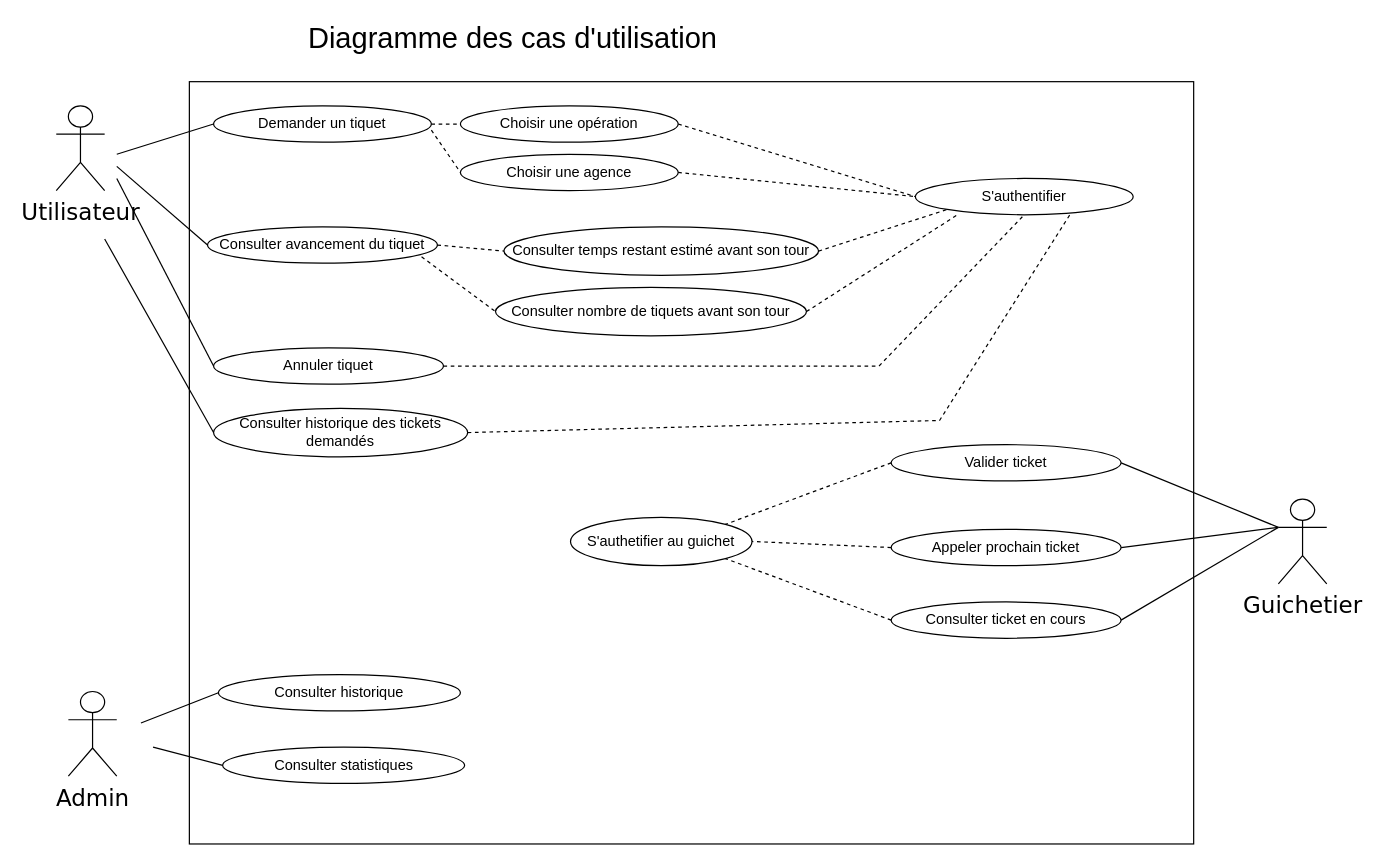
Before: page "UseCase" (1 of 7) of diagrams/Diagramme.drawio in rryyyymmmmmmmm/e-tickets_takaoudi, a draw.io diagram. Source tidied: cells renumbered, new cells numbered last; positions are measured from the earlier drawing's top-left corner, leaving out a move shared by most shapes. Both pictures are drawn from the tidied source at 121%, with x=0, y=0 at pixel (56, 21).
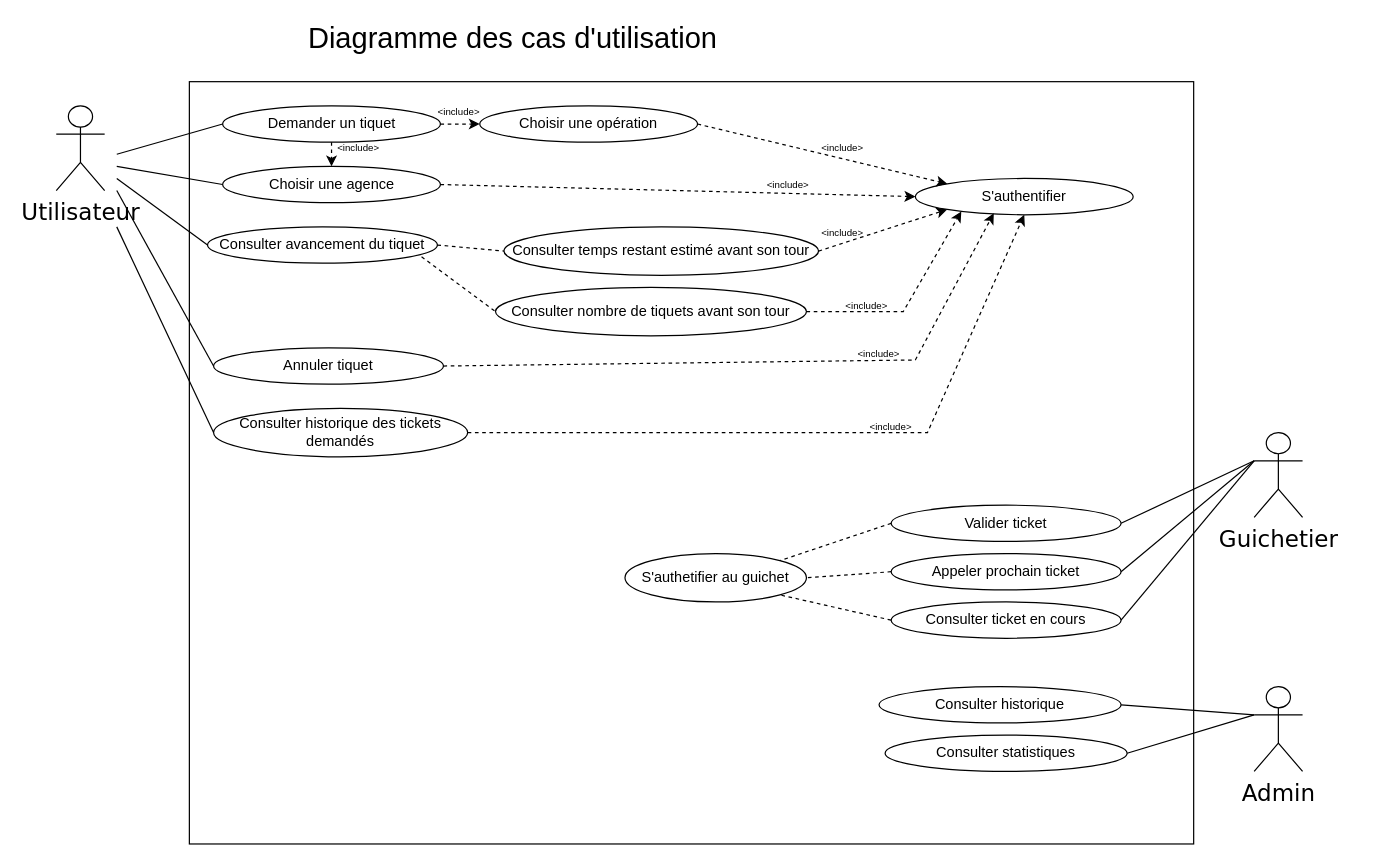
Above is the later version.

Unchanged cells that the change refers to:
```xml
<mxCell id="11" value="Consulter avancement du tiquet" style="ellipse;whiteSpace=wrap;html=1;" parent="1" vertex="1">
  <mxGeometry x="125" y="170" width="190" height="30" as="geometry" />
</mxCell>
<mxCell id="12" value="Consulter temps restant estimé avant son tour" style="ellipse;whiteSpace=wrap;html=1;" parent="1" vertex="1">
  <mxGeometry x="370" y="170" width="260" height="40" as="geometry" />
</mxCell>
<mxCell id="13" value="Consulter nombre de tiquets avant son tour" style="ellipse;whiteSpace=wrap;html=1;" parent="1" vertex="1">
  <mxGeometry x="363" y="220" width="257" height="40" as="geometry" />
</mxCell>
<mxCell id="17" value="Annuler tiquet" style="ellipse;whiteSpace=wrap;html=1;" parent="1" vertex="1">
  <mxGeometry x="130" y="270" width="190" height="30" as="geometry" />
</mxCell>
<mxCell id="30" value="S'authentifier" style="ellipse;whiteSpace=wrap;html=1;" parent="1" vertex="1">
  <mxGeometry x="710" y="130" width="180" height="30" as="geometry" />
</mxCell>
<mxCell id="35" value="Consulter historique des tickets demandés" style="ellipse;whiteSpace=wrap;html=1;" parent="1" vertex="1">
  <mxGeometry x="130" y="320" width="210" height="40" as="geometry" />
</mxCell>
```

What changed in the source:
```diff
@@
     <mxCell id="4" value="Guichetier" style="shape=umlActor;verticalLabelPosition=bottom;verticalAlign=top;html=1;outlineConnect=0;fontFamily=Verdana;fontSize=19;" parent="1" vertex="1">
-      <mxGeometry x="1010" y="395" width="40" height="70" as="geometry" />
+      <mxGeometry x="990" y="340" width="40" height="70" as="geometry" />
     </mxCell>
     <mxCell id="5" value="Demander un tiquet" style="ellipse;whiteSpace=wrap;html=1;" parent="1" vertex="1">
-      <mxGeometry x="130" y="70" width="180" height="30" as="geometry" />
+      <mxGeometry x="137.5" y="70" width="180" height="30" as="geometry" />
     </mxCell>
     <mxCell id="6" value="Choisir une opération" style="ellipse;whiteSpace=wrap;html=1;" parent="1" vertex="1">
-      <mxGeometry x="334" y="70" width="180" height="30" as="geometry" />
+      <mxGeometry x="350" y="70" width="180" height="30" as="geometry" />
     </mxCell>
     <mxCell id="7" value="Choisir une agence" style="ellipse;whiteSpace=wrap;html=1;" parent="1" vertex="1">
-      <mxGeometry x="334" y="110" width="180" height="30" as="geometry" />
+      <mxGeometry x="137.5" y="120" width="180" height="30" as="geometry" />
     </mxCell>
-    <mxCell id="8" style="endArrow=none;dashed=1;html=1;rounded=0;exitX=1;exitY=0.5;exitDx=0;exitDy=0;entryX=0;entryY=0.5;entryDx=0;entryDy=0;" parent="1" edge="1" source="5" target="6">
+    <mxCell id="8" style="endArrow=classic;dashed=1;html=1;rounded=0;exitX=1;exitY=0.5;exitDx=0;exitDy=0;entryX=0;entryY=0.5;entryDx=0;entryDy=0;endFill=1;" parent="1" edge="1" source="5" target="6">
       <mxGeometry relative="1" as="geometry" />
     </mxCell>
-    <mxCell id="9" style="endArrow=none;dashed=1;html=1;rounded=0;entryX=0;entryY=0.5;entryDx=0;entryDy=0;" parent="1" edge="1" target="7">
+    <mxCell id="9" style="endArrow=none;html=1;rounded=0;entryX=0;entryY=0.5;entryDx=0;entryDy=0;" parent="1" edge="1" target="7">
       <mxGeometry relative="1" as="geometry">
-        <mxPoint x="310" y="90" as="sourcePoint" />
+        <mxPoint x="50" y="120" as="sourcePoint" />
       </mxGeometry>
     </mxCell>
@@
     <mxCell id="16" style="endArrow=none;html=1;rounded=0;entryX=0;entryY=0.5;entryDx=0;entryDy=0;" parent="1" edge="1" target="11">
       <mxGeometry relative="1" as="geometry">
-        <mxPoint x="50" y="120" as="sourcePoint" />
+        <mxPoint x="50" y="130" as="sourcePoint" />
       </mxGeometry>
     </mxCell>
@@
     <mxCell id="18" style="endArrow=none;html=1;rounded=0;exitX=0;exitY=0.5;exitDx=0;exitDy=0;" parent="1" edge="1" source="17">
       <mxGeometry relative="1" as="geometry">
-        <mxPoint x="50" y="130" as="targetPoint" />
+        <mxPoint x="50" y="140" as="targetPoint" />
       </mxGeometry>
     </mxCell>
     <mxCell id="19" value="Valider ticket" style="ellipse;whiteSpace=wrap;html=1;" parent="1" vertex="1">
-      <mxGeometry x="690" y="350" width="190" height="30" as="geometry" />
+      <mxGeometry x="690" y="400" width="190" height="30" as="geometry" />
     </mxCell>
@@
     <mxCell id="22" value="Admin" style="shape=umlActor;verticalLabelPosition=bottom;verticalAlign=top;html=1;outlineConnect=0;fontFamily=Verdana;fontSize=19;" parent="1" vertex="1">
-      <mxGeometry x="10" y="554" width="40" height="70" as="geometry" />
+      <mxGeometry x="990" y="550" width="40" height="70" as="geometry" />
     </mxCell>
     <mxCell id="23" value="Consulter historique" style="ellipse;whiteSpace=wrap;html=1;" parent="1" vertex="1">
-      <mxGeometry x="134" y="540" width="200" height="30" as="geometry" />
+      <mxGeometry x="680" y="550" width="200" height="30" as="geometry" />
     </mxCell>
     <mxCell id="24" value="Consulter statistiques" style="ellipse;whiteSpace=wrap;html=1;" parent="1" vertex="1">
-      <mxGeometry x="137.5" y="600" width="200" height="30" as="geometry" />
+      <mxGeometry x="685" y="590" width="200" height="30" as="geometry" />
     </mxCell>
-    <mxCell id="25" style="endArrow=none;html=1;rounded=0;entryX=0;entryY=0.5;entryDx=0;entryDy=0;" parent="1" edge="1" target="23">
-      <mxGeometry relative="1" as="geometry">
-        <mxPoint x="70" y="580" as="sourcePoint" />
-      </mxGeometry>
+    <mxCell id="25" style="endArrow=none;html=1;rounded=0;entryX=1;entryY=0.5;entryDx=0;entryDy=0;exitX=0;exitY=0.3333333333333333;exitDx=0;exitDy=0;exitPerimeter=0;" parent="1" edge="1" source="22" target="23">
+      <mxGeometry relative="1" as="geometry" />
     </mxCell>
-    <mxCell id="26" style="endArrow=none;html=1;rounded=0;entryX=0;entryY=0.5;entryDx=0;entryDy=0;" parent="1" edge="1" target="24">
-      <mxGeometry relative="1" as="geometry">
-        <mxPoint x="80" y="600" as="sourcePoint" />
-      </mxGeometry>
+    <mxCell id="26" style="endArrow=none;html=1;rounded=0;entryX=1;entryY=0.5;entryDx=0;entryDy=0;exitX=0;exitY=0.3333333333333333;exitDx=0;exitDy=0;exitPerimeter=0;" parent="1" edge="1" source="22" target="24">
+      <mxGeometry relative="1" as="geometry" />
     </mxCell>
@@
-    <mxCell id="31" style="endArrow=none;dashed=1;html=1;rounded=0;entryX=0;entryY=0.5;entryDx=0;entryDy=0;exitX=1;exitY=0.5;exitDx=0;exitDy=0;" parent="1" edge="1" source="6" target="30">
+    <mxCell id="31" style="endArrow=classic;dashed=1;html=1;rounded=0;entryX=0;entryY=0;entryDx=0;entryDy=0;exitX=1;exitY=0.5;exitDx=0;exitDy=0;startArrow=none;startFill=0;endFill=1;" parent="1" edge="1" source="6" target="30">
       <mxGeometry relative="1" as="geometry" />
     </mxCell>
-    <mxCell id="32" style="endArrow=none;dashed=1;html=1;rounded=0;entryX=0;entryY=0.5;entryDx=0;entryDy=0;exitX=1;exitY=0.5;exitDx=0;exitDy=0;" parent="1" edge="1" source="7" target="30">
-      <mxGeometry relative="1" as="geometry" />
-    </mxCell>
-    <mxCell id="33" style="endArrow=none;dashed=1;html=1;rounded=0;exitX=1;exitY=0.5;exitDx=0;exitDy=0;entryX=0;entryY=1;entryDx=0;entryDy=0;" parent="1" edge="1" source="12" target="30">
-      <mxGeometry relative="1" as="geometry" />
-    </mxCell>
-    <mxCell id="34" style="endArrow=none;dashed=1;html=1;rounded=0;exitX=1;exitY=0.5;exitDx=0;exitDy=0;entryX=0.19;entryY=1.014;entryDx=0;entryDy=0;entryPerimeter=0;" parent="1" edge="1" source="13" target="30">
-      <mxGeometry relative="1" as="geometry" />
-    </mxCell>
@@
-    <mxCell id="36" style="endArrow=none;dashed=1;html=1;rounded=0;exitX=1;exitY=0.5;exitDx=0;exitDy=0;entryX=0.5;entryY=1;entryDx=0;entryDy=0;" parent="1" edge="1" source="17" target="30">
-      <mxGeometry relative="1" as="geometry">
-        <Array as="points">
-          <mxPoint x="680" y="285" />
-        </Array>
-      </mxGeometry>
-    </mxCell>
-    <mxCell id="37" style="endArrow=none;dashed=1;html=1;rounded=0;exitX=1;exitY=0.5;exitDx=0;exitDy=0;entryX=0.713;entryY=0.965;entryDx=0;entryDy=0;entryPerimeter=0;" parent="1" edge="1" source="35" target="30">
-      <mxGeometry relative="1" as="geometry">
-        <Array as="points">
-          <mxPoint x="730" y="330" />
-        </Array>
-      </mxGeometry>
-    </mxCell>
     <mxCell id="38" value="Appeler prochain ticket" style="ellipse;whiteSpace=wrap;html=1;" parent="1" vertex="1">
-      <mxGeometry x="690" y="420" width="190" height="30" as="geometry" />
+      <mxGeometry x="690" y="440" width="190" height="30" as="geometry" />
     </mxCell>
@@
     <mxCell id="40" style="endArrow=none;html=1;rounded=0;exitX=0;exitY=0.5;exitDx=0;exitDy=0;" parent="1" edge="1" source="35">
       <mxGeometry relative="1" as="geometry">
-        <mxPoint x="40" y="180" as="targetPoint" />
+        <mxPoint x="50" y="170" as="targetPoint" />
       </mxGeometry>
     </mxCell>
@@
     <mxCell id="42" value="S'authetifier au guichet" style="ellipse;whiteSpace=wrap;html=1;" parent="1" vertex="1">
-      <mxGeometry x="425" y="410" width="150" height="40" as="geometry" />
+      <mxGeometry x="470" y="440" width="150" height="40" as="geometry" />
     </mxCell>
@@
+    <mxCell id="32" style="endArrow=classic;dashed=1;html=1;rounded=0;exitX=1;exitY=0.5;exitDx=0;exitDy=0;startArrow=none;startFill=0;endFill=1;entryX=0;entryY=0.5;entryDx=0;entryDy=0;" parent="1" edge="1" source="7" target="30">
+      <mxGeometry relative="1" as="geometry" />
+    </mxCell>
+    <mxCell id="33" style="endArrow=classic;dashed=1;html=1;rounded=0;entryX=0;entryY=1;entryDx=0;entryDy=0;exitX=1;exitY=0.5;exitDx=0;exitDy=0;startArrow=none;startFill=0;endFill=1;" parent="1" edge="1" source="12" target="30">
+      <mxGeometry relative="1" as="geometry" />
+    </mxCell>
+    <mxCell id="34" style="endArrow=classic;dashed=1;html=1;rounded=0;exitX=1;exitY=0.5;exitDx=0;exitDy=0;startArrow=none;startFill=0;endFill=1;entryX=0.211;entryY=0.907;entryDx=0;entryDy=0;entryPerimeter=0;" parent="1" edge="1" source="13" target="30">
+      <mxGeometry relative="1" as="geometry">
+        <Array as="points">
+          <mxPoint x="700" y="240" />
+        </Array>
+      </mxGeometry>
+    </mxCell>
+    <mxCell id="36" style="endArrow=classic;dashed=1;html=1;rounded=0;exitX=1;exitY=0.5;exitDx=0;exitDy=0;startArrow=none;startFill=0;endFill=1;entryX=0.36;entryY=0.959;entryDx=0;entryDy=0;entryPerimeter=0;" parent="1" edge="1" source="17" target="30">
+      <mxGeometry relative="1" as="geometry">
+        <Array as="points">
+          <mxPoint x="710" y="280" />
+        </Array>
+      </mxGeometry>
+    </mxCell>
+    <mxCell id="37" style="endArrow=classic;dashed=1;html=1;rounded=0;entryX=0.5;entryY=1;entryDx=0;entryDy=0;exitX=1;exitY=0.5;exitDx=0;exitDy=0;startArrow=none;startFill=0;endFill=1;" parent="1" edge="1" source="35" target="30">
+      <mxGeometry relative="1" as="geometry">
+        <Array as="points">
+          <mxPoint x="720" y="340" />
+        </Array>
+      </mxGeometry>
+    </mxCell>
+    <mxCell id="45" value="&amp;lt;include&amp;gt;" style="text;html=1;whiteSpace=wrap;strokeColor=none;fillColor=none;align=center;verticalAlign=middle;rounded=0;fontSize=8;" parent="1" vertex="1">
+      <mxGeometry x="620" y="90" width="60" height="30" as="geometry" />
+    </mxCell>
+    <mxCell id="46" value="&amp;lt;include&amp;gt;" style="text;html=1;whiteSpace=wrap;strokeColor=none;fillColor=none;align=center;verticalAlign=middle;rounded=0;fontSize=8;" parent="1" vertex="1">
+      <mxGeometry x="575" y="120" width="60" height="30" as="geometry" />
+    </mxCell>
+    <mxCell id="47" value="&amp;lt;include&amp;gt;" style="text;html=1;whiteSpace=wrap;strokeColor=none;fillColor=none;align=center;verticalAlign=middle;rounded=0;fontSize=8;" parent="1" vertex="1">
+      <mxGeometry x="620" y="160" width="60" height="30" as="geometry" />
+    </mxCell>
+    <mxCell id="48" value="&amp;lt;include&amp;gt;" style="text;html=1;whiteSpace=wrap;strokeColor=none;fillColor=none;align=center;verticalAlign=middle;rounded=0;fontSize=8;" parent="1" vertex="1">
+      <mxGeometry x="640" y="220" width="60" height="30" as="geometry" />
+    </mxCell>
+    <mxCell id="49" value="&amp;lt;include&amp;gt;" style="text;html=1;whiteSpace=wrap;strokeColor=none;fillColor=none;align=center;verticalAlign=middle;rounded=0;fontSize=8;" parent="1" vertex="1">
+      <mxGeometry x="650" y="260" width="60" height="30" as="geometry" />
+    </mxCell>
+    <mxCell id="50" value="&amp;lt;include&amp;gt;" style="text;html=1;whiteSpace=wrap;strokeColor=none;fillColor=none;align=center;verticalAlign=middle;rounded=0;fontSize=8;" parent="1" vertex="1">
+      <mxGeometry x="660" y="320" width="60" height="30" as="geometry" />
+    </mxCell>
+    <mxCell id="51" style="endArrow=classic;dashed=1;html=1;rounded=0;exitX=0.5;exitY=1;exitDx=0;exitDy=0;startArrow=none;startFill=0;endFill=1;entryX=0.5;entryY=0;entryDx=0;entryDy=0;" parent="1" edge="1" source="5" target="7">
+      <mxGeometry relative="1" as="geometry" />
+    </mxCell>
+    <mxCell id="52" value="&amp;lt;include&amp;gt;" style="text;html=1;whiteSpace=wrap;strokeColor=none;fillColor=none;align=center;verticalAlign=middle;rounded=0;fontSize=8;" parent="1" vertex="1">
+      <mxGeometry x="220" y="90" width="60" height="30" as="geometry" />
+    </mxCell>
+    <mxCell id="53" value="&amp;lt;include&amp;gt;" style="text;html=1;whiteSpace=wrap;strokeColor=none;fillColor=none;align=center;verticalAlign=middle;rounded=0;fontSize=8;" parent="1" vertex="1">
+      <mxGeometry x="303" y="60" width="60" height="30" as="geometry" />
+    </mxCell>
```
